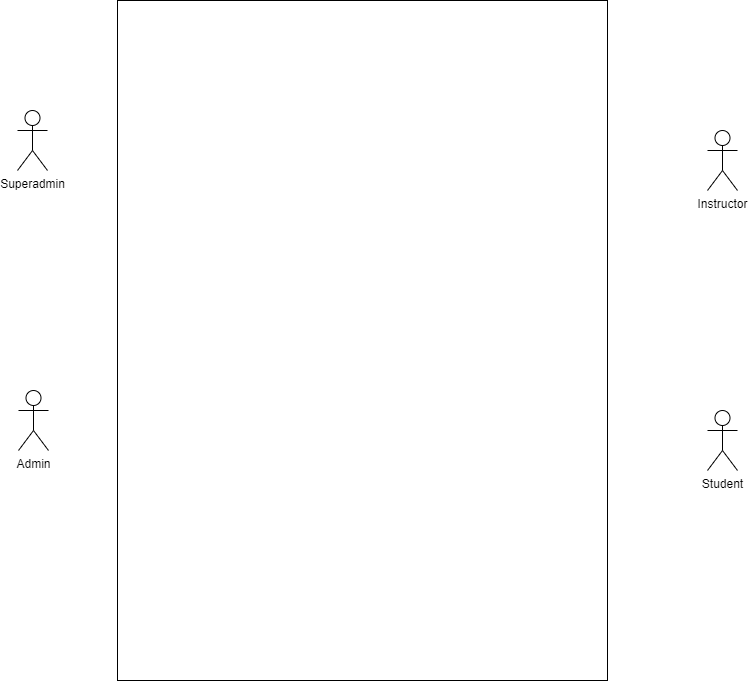
Earlier version of the draw.io export Use_Case_Diagram_Marimo.drawio.png (kaisunoo/Acads). Source tidied: cells renumbered, new cells last; positions are measured from the earlier drawing's top-left corner, leaving out a move shared by most shapes.
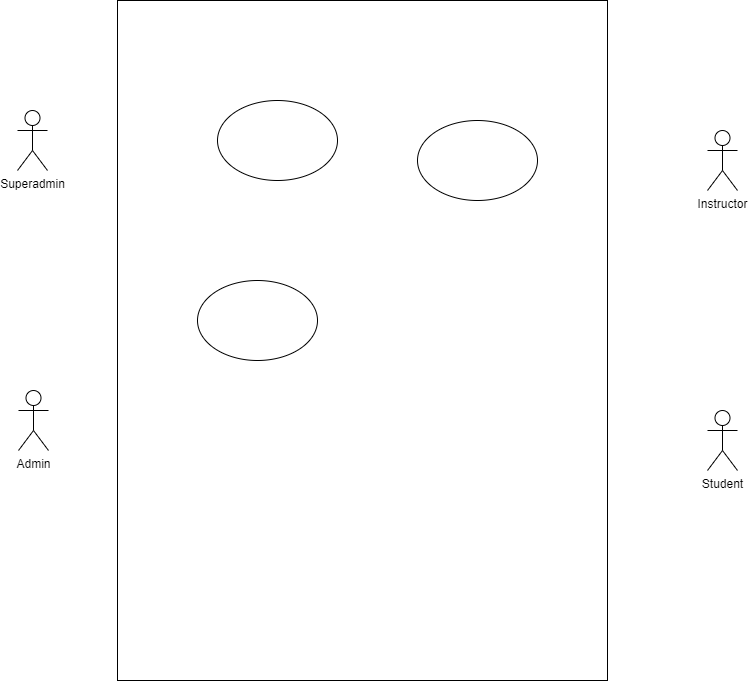
Above is the later version.

Diff of the diagram source:
```diff
@@ -17,5 +17,14 @@
     <mxCell id="6" value="Student" style="shape=umlActor;verticalLabelPosition=bottom;verticalAlign=top;html=1;" parent="1" vertex="1">
       <mxGeometry x="690" y="410" width="30" height="60" as="geometry" />
     </mxCell>
+    <mxCell id="7" style="ellipse;whiteSpace=wrap;html=1;" parent="1" vertex="1">
+      <mxGeometry x="200" y="100" width="120" height="80" as="geometry" />
+    </mxCell>
+    <mxCell id="8" style="ellipse;whiteSpace=wrap;html=1;" parent="1" vertex="1">
+      <mxGeometry x="400" y="120" width="120" height="80" as="geometry" />
+    </mxCell>
+    <mxCell id="9" style="ellipse;whiteSpace=wrap;html=1;" parent="1" vertex="1">
+      <mxGeometry x="180" y="280" width="120" height="80" as="geometry" />
+    </mxCell>
   </root>
 </mxGraphModel>
```
